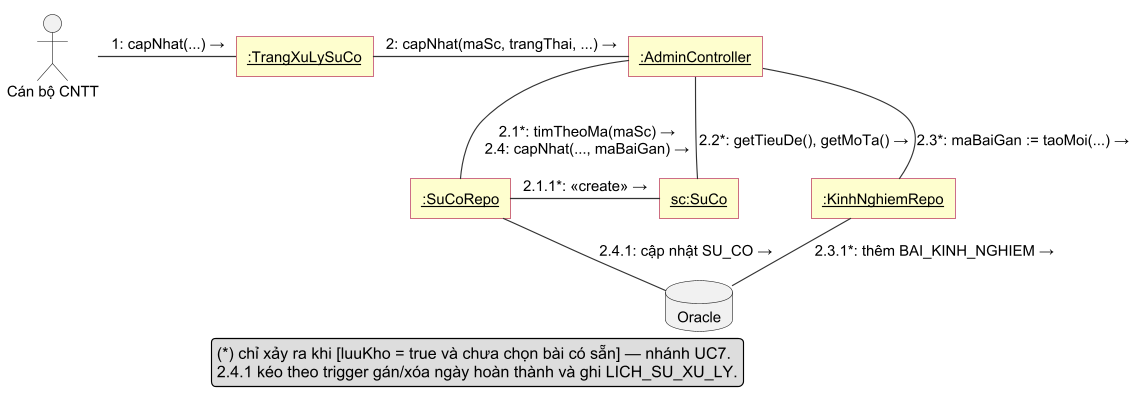
The PlantUML diagram docs/uml/h3_2e_gt_uc6_uc7.png in greyd254/IMS_TEST, before a commit. The source it was exported from:
```plantuml
@startuml h3_2e_gt_uc6_uc7
!include _style.iuml
!pragma layout smetana
skinparam rectangle {
  BackgroundColor #FEFECE
  BorderColor #A80036
  RoundCorner 0
}

actor "Cán bộ CNTT" as A
rectangle "<u>:TrangXuLySuCo</u>" as B
rectangle "<u>:AdminController</u>" as C
rectangle "<u>:SuCoRepo</u>" as SR
rectangle "<u>sc:SuCo</u>" as SC
rectangle "<u>:KinhNghiemRepo</u>" as KR
database "Oracle" as DB

A -right- B : 1: capNhat(...) →
B -right- C : 2: capNhat(maSc, trangThai, ...) →
C -down- SR : 2.1*: timTheoMa(maSc) →\n2.4: capNhat(..., maBaiGan) →
SR -right- SC : 2.1.1*: «create» →
C -down- SC : 2.2*: getTieuDe(), getMoTa() →
C -down- KR : 2.3*: maBaiGan := taoMoi(...) →
SR -down- DB : 2.4.1: cập nhật SU_CO →
KR -down- DB : 2.3.1*: thêm BAI_KINH_NGHIEM →

legend bottom
  (*) chỉ xảy ra khi [luuKho = true và chưa chọn bài có sẵn] — nhánh UC7.
  2.4.1 kéo theo trigger gán/xóa ngày hoàn thành và ghi LICH_SU_XU_LY.
endlegend
@enduml
```
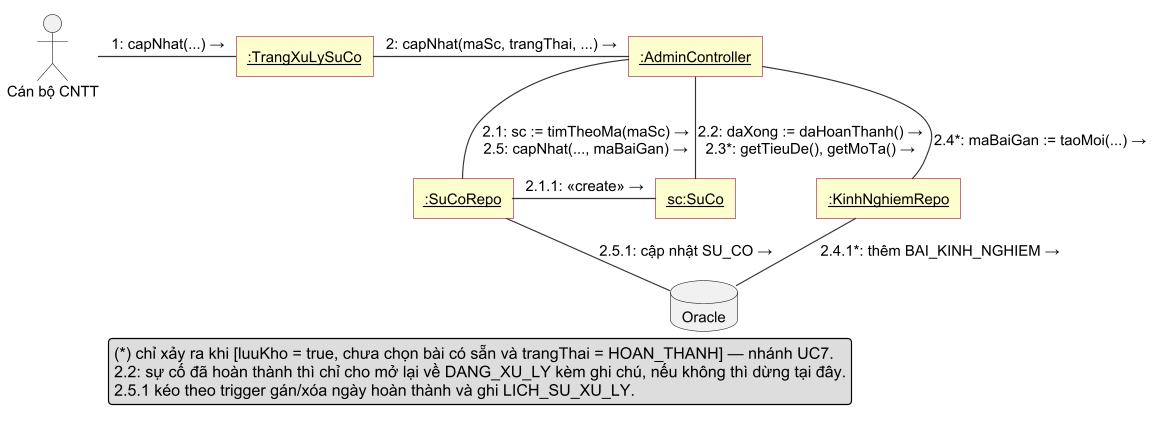
After the commit.

Commit message:
Cap nhat bao cao OOAD theo luat moi cua AdminController.capNhat

Diff of the diagram source:
```diff
@@ -17,15 +17,16 @@
 
 A -right- B : 1: capNhat(...) →
 B -right- C : 2: capNhat(maSc, trangThai, ...) →
-C -down- SR : 2.1*: timTheoMa(maSc) →\n2.4: capNhat(..., maBaiGan) →
-SR -right- SC : 2.1.1*: «create» →
-C -down- SC : 2.2*: getTieuDe(), getMoTa() →
-C -down- KR : 2.3*: maBaiGan := taoMoi(...) →
-SR -down- DB : 2.4.1: cập nhật SU_CO →
-KR -down- DB : 2.3.1*: thêm BAI_KINH_NGHIEM →
+C -down- SR : 2.1: sc := timTheoMa(maSc) →\n2.5: capNhat(..., maBaiGan) →
+SR -right- SC : 2.1.1: «create» →
+C -down- SC : 2.2: daXong := daHoanThanh() →\n2.3*: getTieuDe(), getMoTa() →
+C -down- KR : 2.4*: maBaiGan := taoMoi(...) →
+SR -down- DB : 2.5.1: cập nhật SU_CO →
+KR -down- DB : 2.4.1*: thêm BAI_KINH_NGHIEM →
 
 legend bottom
-  (*) chỉ xảy ra khi [luuKho = true và chưa chọn bài có sẵn] — nhánh UC7.
-  2.4.1 kéo theo trigger gán/xóa ngày hoàn thành và ghi LICH_SU_XU_LY.
+  (*) chỉ xảy ra khi [luuKho = true, chưa chọn bài có sẵn và trangThai = HOAN_THANH] — nhánh UC7.
+  2.2: sự cố đã hoàn thành thì chỉ cho mở lại về DANG_XU_LY kèm ghi chú, nếu không thì dừng tại đây.
+  2.5.1 kéo theo trigger gán/xóa ngày hoàn thành và ghi LICH_SU_XU_LY.
 endlegend
 @enduml
```
